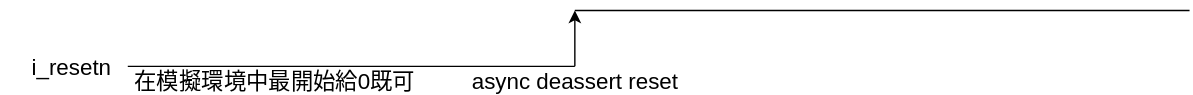
Above: de/platform_clk_resetn_gen/gen_resetn/include/power_on_reset_clock_sequence.svg in jnjnliwenjie0022/obs (draw.io), before the change. Source tidied: cells renumbered, new cells last; positions are measured from the earlier drawing's top-left corner, leaving out a move shared by most shapes. The source it was exported from:
```xml
<mxGraphModel background="#ffffff">
  <root>
    <mxCell id="0" />
    <mxCell id="1" parent="0" />
    <mxCell id="2" style="edgeStyle=orthogonalEdgeStyle;rounded=0;orthogonalLoop=1;jettySize=auto;html=1;endArrow=none;endFill=0;" parent="1" edge="1">
      <mxGeometry relative="1" as="geometry">
        <mxPoint x="90" y="40" as="sourcePoint" />
        <mxPoint x="410" y="40" as="targetPoint" />
      </mxGeometry>
    </mxCell>
    <mxCell id="3" style="edgeStyle=orthogonalEdgeStyle;rounded=0;orthogonalLoop=1;jettySize=auto;html=1;endArrow=classic;endFill=1;" parent="1" edge="1">
      <mxGeometry relative="1" as="geometry">
        <mxPoint x="410" y="40" as="sourcePoint" />
        <mxPoint x="410" as="targetPoint" />
      </mxGeometry>
    </mxCell>
    <mxCell id="4" style="edgeStyle=orthogonalEdgeStyle;rounded=0;orthogonalLoop=1;jettySize=auto;html=1;endArrow=none;endFill=0;" parent="1" edge="1">
      <mxGeometry relative="1" as="geometry">
        <mxPoint x="410" as="sourcePoint" />
        <mxPoint x="850" as="targetPoint" />
      </mxGeometry>
    </mxCell>
    <mxCell id="5" value="i_resetn" style="rounded=0;whiteSpace=wrap;html=1;fontSize=16;fillColor=none;strokeColor=none;align=right;" parent="1" vertex="1">
      <mxGeometry y="30" width="80" height="20" as="geometry" />
    </mxCell>
    <mxCell id="6" value="async&amp;nbsp;deassert&amp;nbsp;reset" style="rounded=0;whiteSpace=wrap;html=1;fontSize=16;fillColor=none;strokeColor=none;align=center;" parent="1" vertex="1">
      <mxGeometry x="340" y="40" width="140" height="20" as="geometry" />
    </mxCell>
    <mxCell id="7" value="在模擬環境中最開始給0既可" style="rounded=0;whiteSpace=wrap;html=1;fontSize=16;fillColor=none;strokeColor=none;align=center;" parent="1" vertex="1">
      <mxGeometry x="90" y="40" width="210" height="20" as="geometry" />
    </mxCell>
  </root>
</mxGraphModel>
```
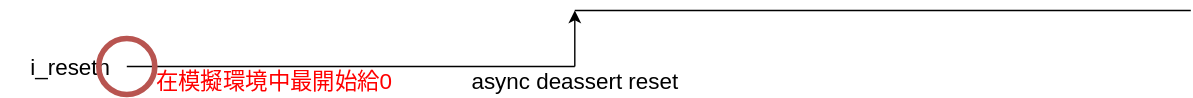
After the commit.

Change to the diagram source:
```diff
@@ -26,8 +26,11 @@
     <mxCell id="6" value="async&amp;nbsp;deassert&amp;nbsp;reset" style="rounded=0;whiteSpace=wrap;html=1;fontSize=16;fillColor=none;strokeColor=none;align=center;" parent="1" vertex="1">
       <mxGeometry x="340" y="40" width="140" height="20" as="geometry" />
     </mxCell>
-    <mxCell id="7" value="在模擬環境中最開始給0既可" style="rounded=0;whiteSpace=wrap;html=1;fontSize=16;fillColor=none;strokeColor=none;align=center;" parent="1" vertex="1">
+    <mxCell id="7" value="&lt;font style=&quot;color: rgb(255, 0, 0);&quot;&gt;在模擬環境中最開始給0&lt;/font&gt;" style="rounded=0;whiteSpace=wrap;html=1;fontSize=16;fillColor=none;strokeColor=none;align=center;" parent="1" vertex="1">
       <mxGeometry x="90" y="40" width="210" height="20" as="geometry" />
     </mxCell>
+    <mxCell id="8" style="ellipse;whiteSpace=wrap;html=1;fillColor=none;strokeColor=#b85450;strokeWidth=4;" parent="1" vertex="1">
+      <mxGeometry x="70" y="20" width="40" height="40" as="geometry" />
+    </mxCell>
   </root>
 </mxGraphModel>
```
